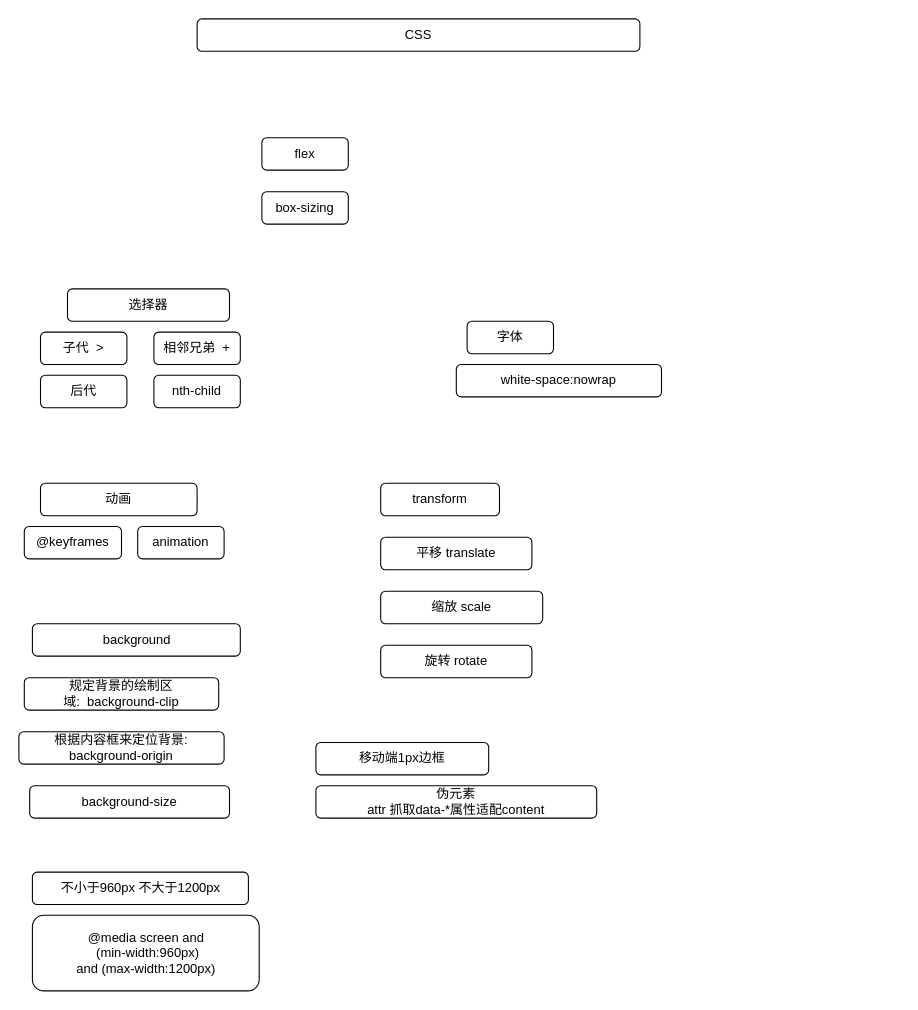
D20F/xiaofang keeps this draw.io diagram as drawio/css.drawio. Above is the earlier version. Source tidied: cells renumbered, new cells numbered last; positions are measured from the earlier drawing's top-left corner, leaving out a move shared by most shapes. Both pictures are drawn from the tidied source at 108%, with x=0, y=0 at pixel (18, 18).
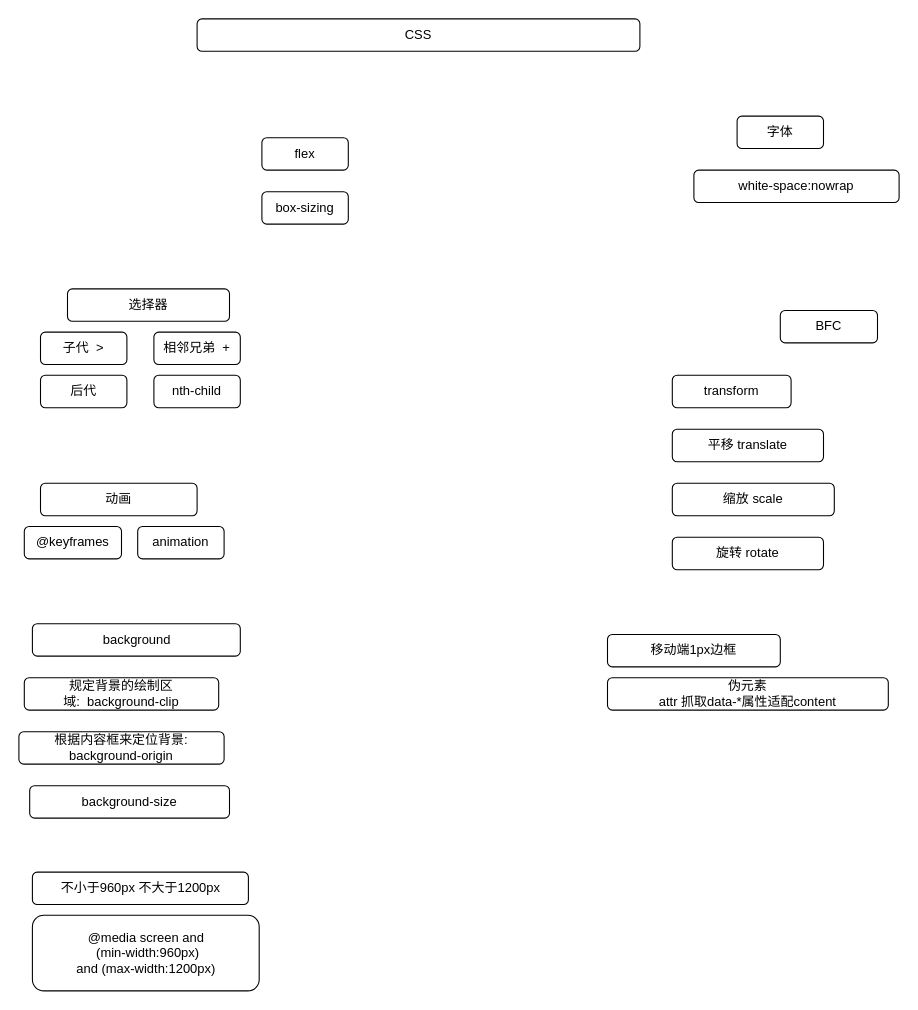
The same diagram, later.

Diff of the diagram source:
```diff
@@
     <mxCell id="8" value="移动端1px边框" style="rounded=1;whiteSpace=wrap;html=1;" parent="1" vertex="1">
-      <mxGeometry x="275" y="670" width="160" height="30" as="geometry" />
+      <mxGeometry x="545" y="570" width="160" height="30" as="geometry" />
     </mxCell>
     <mxCell id="9" value="transform" style="rounded=1;whiteSpace=wrap;html=1;" parent="1" vertex="1">
-      <mxGeometry x="335" y="430" width="110" height="30" as="geometry" />
+      <mxGeometry x="605" y="330" width="110" height="30" as="geometry" />
     </mxCell>
@@
     <mxCell id="15" value="字体" style="rounded=1;whiteSpace=wrap;html=1;" parent="1" vertex="1">
-      <mxGeometry x="415" y="280" width="80" height="30" as="geometry" />
+      <mxGeometry x="665" y="90" width="80" height="30" as="geometry" />
     </mxCell>
     <mxCell id="16" value="white-space:nowrap" style="rounded=1;whiteSpace=wrap;html=1;" parent="1" vertex="1">
-      <mxGeometry x="405" y="320" width="190" height="30" as="geometry" />
+      <mxGeometry x="625" y="140" width="190" height="30" as="geometry" />
     </mxCell>
@@
     <mxCell id="23" value="平移 translate" style="rounded=1;whiteSpace=wrap;html=1;" parent="1" vertex="1">
-      <mxGeometry x="335" y="480" width="140" height="30" as="geometry" />
+      <mxGeometry x="605" y="380" width="140" height="30" as="geometry" />
     </mxCell>
     <mxCell id="24" value="旋转 rotate" style="rounded=1;whiteSpace=wrap;html=1;" parent="1" vertex="1">
-      <mxGeometry x="335" y="580" width="140" height="30" as="geometry" />
+      <mxGeometry x="605" y="480" width="140" height="30" as="geometry" />
     </mxCell>
     <mxCell id="25" value="缩放 scale" style="rounded=1;whiteSpace=wrap;html=1;" parent="1" vertex="1">
-      <mxGeometry x="335" y="530" width="150" height="30" as="geometry" />
+      <mxGeometry x="605" y="430" width="150" height="30" as="geometry" />
     </mxCell>
     <mxCell id="26" value="伪元素&lt;br&gt;attr 抓取data-*属性适配content" style="rounded=1;whiteSpace=wrap;html=1;" parent="1" vertex="1">
-      <mxGeometry x="275" y="710" width="260" height="30" as="geometry" />
+      <mxGeometry x="545" y="610" width="260" height="30" as="geometry" />
     </mxCell>
+    <mxCell id="27" value="BFC" style="rounded=1;whiteSpace=wrap;html=1;" parent="1" vertex="1">
+      <mxGeometry x="705" y="270" width="90" height="30" as="geometry" />
+    </mxCell>
```
